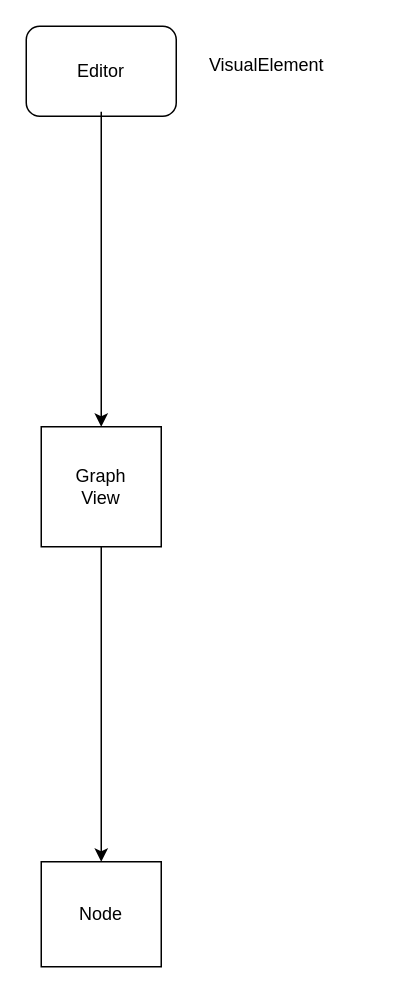
This is UIToolkit/GraphVew可视化节点.drawio from xzp3094997376/DrawIO, a draw.io file, before an edit. Source tidied: cells renumbered, new cells numbered last; positions are measured from the earlier drawing's top-left corner, leaving out a move shared by most shapes. Both pictures are drawn from the tidied source at 150%, with x=0, y=0 at pixel (26, 26).
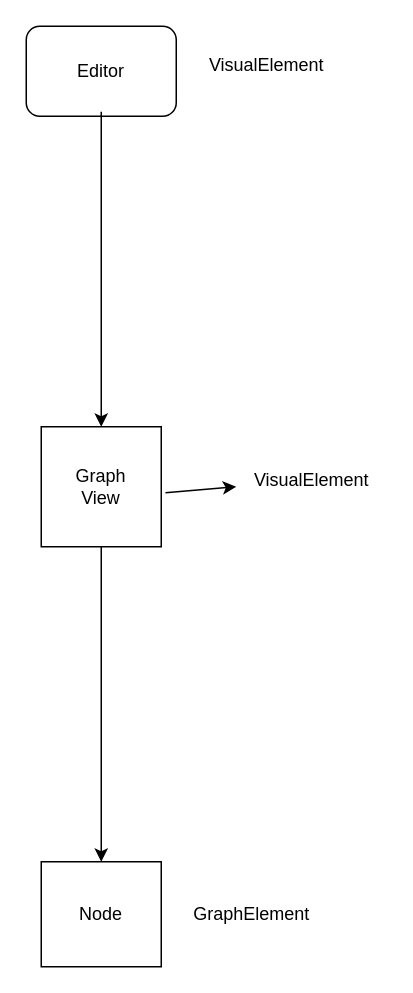
Above is the later version.

Commit message (it also covers changes not shown here):
更新GraphVew可视化节点.drawio

Change to the diagram source:
```diff
@@
 <mxGraphModel>
   <root>
     <mxCell id="0" />
     <mxCell id="1" parent="0" />
     <mxCell id="2" value="Editor" style="rounded=1;whiteSpace=wrap;html=1;" parent="1" vertex="1">
       <mxGeometry width="100" height="60" as="geometry" />
     </mxCell>
     <mxCell id="3" style="endArrow=classic;html=1;rounded=0;entryX=0.5;entryY=0;entryDx=0;entryDy=0;" parent="1" edge="1" target="6">
       <mxGeometry relative="1" as="geometry">
         <mxPoint x="50" y="57" as="sourcePoint" />
         <Array as="points">
           <mxPoint x="50" y="247" />
         </Array>
       </mxGeometry>
     </mxCell>
     <mxCell id="4" style="endArrow=classic;html=1;rounded=0;exitX=0.5;exitY=1;exitDx=0;exitDy=0;entryX=0.5;entryY=0;entryDx=0;entryDy=0;exitPerimeter=0;" parent="1" edge="1" source="6" target="7">
       <mxGeometry relative="1" as="geometry" />
     </mxCell>
     <mxCell id="5" value="VisualElement&lt;div&gt;&lt;br&gt;&lt;/div&gt;" style="text;html=1;align=center;verticalAlign=bottom;strokeColor=none;fillColor=none;" parent="1" vertex="1">
       <mxGeometry x="110" y="10" width="100" height="40" as="geometry" />
     </mxCell>
     <mxCell id="6" value="Graph&lt;div&gt;View&lt;/div&gt;" style="whiteSpace=wrap;html=1;" parent="1" vertex="1">
       <mxGeometry x="10" y="267" width="80" height="80" as="geometry" />
     </mxCell>
     <mxCell id="7" value="Node" style="rounded=0;whiteSpace=wrap;html=1;" parent="1" vertex="1">
       <mxGeometry x="10" y="557" width="80" height="70" as="geometry" />
     </mxCell>
+    <mxCell id="8" value="GraphElement" style="text;html=1;align=center;verticalAlign=middle;strokeColor=none;fillColor=none;" parent="1" vertex="1">
+      <mxGeometry x="100" y="577" width="100" height="30" as="geometry" />
+    </mxCell>
+    <mxCell id="9" value="VisualElement&lt;div&gt;&lt;br&gt;&lt;/div&gt;" style="text;html=1;align=center;verticalAlign=bottom;strokeColor=none;fillColor=none;" parent="1" vertex="1">
+      <mxGeometry x="140" y="287" width="100" height="40" as="geometry" />
+    </mxCell>
+    <mxCell id="10" style="endArrow=classic;html=1;rounded=0;exitX=1.035;exitY=0.549;exitDx=0;exitDy=0;exitPerimeter=0;" parent="1" edge="1" source="6">
+      <mxGeometry relative="1" as="geometry">
+        <mxPoint x="140" y="307" as="targetPoint" />
+      </mxGeometry>
+    </mxCell>
   </root>
 </mxGraphModel>
```
